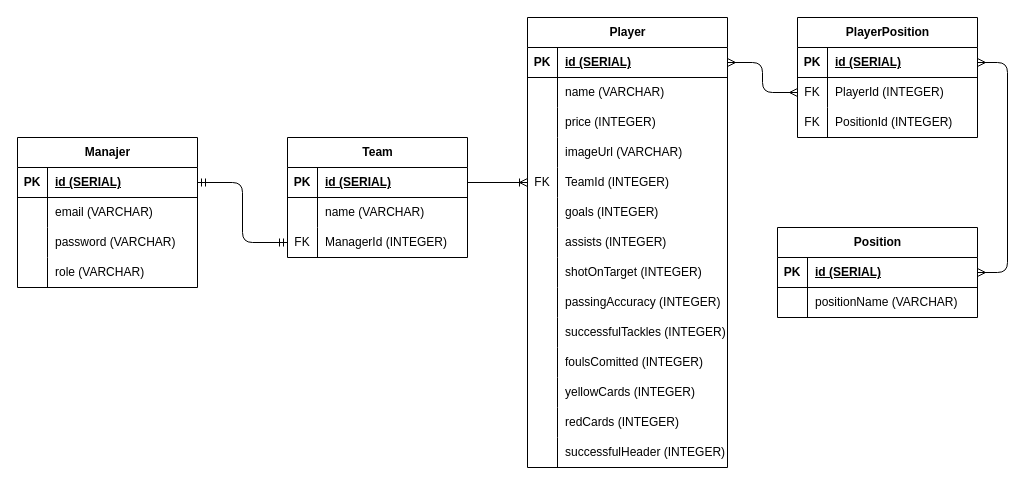
Above: schemas/schema.drawio in fuadfzy/TransferPro (draw.io), before the change. Source tidied: cells renumbered, new cells numbered last; positions are measured from the earlier drawing's top-left corner, leaving out a move shared by most shapes. Both pictures are drawn from the tidied source at 100%, with x=0, y=0 at pixel (17, 17).
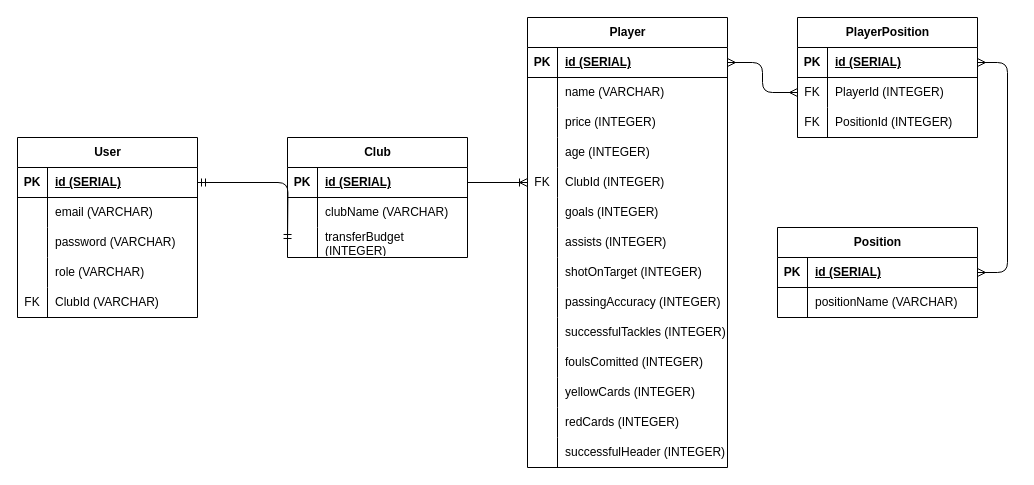
Above is the later version.

Unchanged cells that the change refers to:
```xml
<mxCell id="3" style="shape=tableRow;horizontal=0;startSize=0;swimlaneHead=0;swimlaneBody=0;fillColor=none;points=[[0,0.5],[1,0.5]];portConstraint=eastwest;top=0;left=0;right=0;bottom=1;" parent="2" vertex="1">
  <mxGeometry y="30" width="180" height="30" as="geometry" />
</mxCell>
<mxCell id="19" style="shape=tableRow;horizontal=0;startSize=0;swimlaneHead=0;swimlaneBody=0;fillColor=none;top=0;left=0;right=0;bottom=0;" parent="15" vertex="1">
  <mxGeometry y="60" width="180" height="30" as="geometry" />
</mxCell>
<mxCell id="22" style="shape=tableRow;horizontal=0;startSize=0;swimlaneHead=0;swimlaneBody=0;fillColor=none;points=[[0,0.5],[1,0.5]];portConstraint=eastwest;top=0;left=0;right=0;bottom=0;" parent="15" vertex="1">
  <mxGeometry y="90" width="180" height="30" as="geometry" />
</mxCell>
<mxCell id="35" style="shape=tableRow;horizontal=0;startSize=0;swimlaneHead=0;swimlaneBody=0;fillColor=none;top=0;left=0;right=0;bottom=0;" parent="25" vertex="1">
  <mxGeometry y="120" width="200" height="30" as="geometry" />
</mxCell>
<mxCell id="38" style="shape=tableRow;horizontal=0;startSize=0;swimlaneHead=0;swimlaneBody=0;fillColor=none;points=[[0,0.5],[1,0.5]];portConstraint=eastwest;top=0;left=0;right=0;bottom=0;" parent="25" vertex="1">
  <mxGeometry y="150" width="200" height="30" as="geometry" />
</mxCell>
```

Diff of the diagram source:
```diff
@@
-    <mxCell id="2" value="Manajer" style="shape=table;startSize=30;childLayout=tableLayout;rowLines=0;fontStyle=1;align=center;html=1;" parent="1" vertex="1">
-      <mxGeometry y="120" width="180" height="150" as="geometry" />
+    <mxCell id="2" value="User" style="shape=table;startSize=30;childLayout=tableLayout;rowLines=0;fontStyle=1;align=center;html=1;" parent="1" vertex="1">
+      <mxGeometry y="120" width="180" height="180" as="geometry" />
     </mxCell>
@@
+    <mxCell id="89" style="shape=tableRow;horizontal=0;startSize=0;swimlaneHead=0;swimlaneBody=0;fillColor=none;top=0;left=0;right=0;bottom=0;" parent="2" vertex="1">
+      <mxGeometry y="150" width="180" height="30" as="geometry" />
+    </mxCell>
+    <mxCell id="23" value="FK" style="shape=partialRectangle;fillColor=none;top=0;left=0;bottom=0;right=0;overflow=hidden;whiteSpace=wrap;html=1;" parent="89" vertex="1">
+      <mxGeometry width="30" height="30" as="geometry" />
+    </mxCell>
+    <mxCell id="90" value="ClubId (VARCHAR)" style="shape=partialRectangle;fillColor=none;top=0;left=0;bottom=0;right=0;align=left;spacingLeft=6;overflow=hidden;whiteSpace=wrap;html=1;" parent="89" vertex="1">
+      <mxGeometry x="30" width="150" height="30" as="geometry" />
+    </mxCell>
-    <mxCell id="15" value="Team" style="shape=table;startSize=30;childLayout=tableLayout;rowLines=0;fontStyle=1;align=center;html=1;" parent="1" vertex="1">
+    <mxCell id="15" value="Club" style="shape=table;startSize=30;childLayout=tableLayout;rowLines=0;fontStyle=1;align=center;html=1;" parent="1" vertex="1">
       <mxGeometry x="270" y="120" width="180" height="120" as="geometry" />
     </mxCell>
@@
-    <mxCell id="21" value="name (VARCHAR)" style="shape=partialRectangle;fillColor=none;top=0;left=0;bottom=0;right=0;align=left;spacingLeft=6;overflow=hidden;whiteSpace=wrap;html=1;" parent="19" vertex="1">
+    <mxCell id="21" value="clubName (VARCHAR)" style="shape=partialRectangle;fillColor=none;top=0;left=0;bottom=0;right=0;align=left;spacingLeft=6;overflow=hidden;whiteSpace=wrap;html=1;" parent="19" vertex="1">
       <mxGeometry x="30" width="150" height="30" as="geometry" />
     </mxCell>
@@
-    <mxCell id="23" value="FK" style="shape=partialRectangle;fillColor=none;top=0;left=0;bottom=0;right=0;overflow=hidden;whiteSpace=wrap;html=1;" parent="22" vertex="1">
-      <mxGeometry width="30" height="30" as="geometry" />
-    </mxCell>
-    <mxCell id="24" value="ManagerId (INTEGER)" style="shape=partialRectangle;fillColor=none;top=0;left=0;bottom=0;right=0;align=left;spacingLeft=6;overflow=hidden;whiteSpace=wrap;html=1;" parent="22" vertex="1">
-      <mxGeometry x="30" width="150" height="30" as="geometry" />
-    </mxCell>
+    <mxCell id="91" style="shape=partialRectangle;fillColor=none;top=0;left=0;bottom=0;right=0;overflow=hidden;whiteSpace=wrap;html=1;" parent="22" vertex="1">
+      <mxGeometry width="30" height="30" as="geometry" />
+    </mxCell>
+    <mxCell id="92" value="transferBudget (INTEGER)" style="shape=partialRectangle;fillColor=none;top=0;left=0;bottom=0;right=0;align=left;spacingLeft=6;overflow=hidden;whiteSpace=wrap;html=1;" parent="22" vertex="1">
+      <mxGeometry x="30" width="150" height="30" as="geometry" />
+    </mxCell>
@@
-    <mxCell id="37" value="imageUrl (VARCHAR)" style="shape=partialRectangle;fillColor=none;top=0;left=0;bottom=0;right=0;align=left;spacingLeft=6;overflow=hidden;whiteSpace=wrap;html=1;" parent="35" vertex="1">
+    <mxCell id="37" value="age (INTEGER)" style="shape=partialRectangle;fillColor=none;top=0;left=0;bottom=0;right=0;align=left;spacingLeft=6;overflow=hidden;whiteSpace=wrap;html=1;" parent="35" vertex="1">
       <mxGeometry x="30" width="170" height="30" as="geometry" />
     </mxCell>
@@
-    <mxCell id="40" value="TeamId (INTEGER)" style="shape=partialRectangle;fillColor=none;top=0;left=0;bottom=0;right=0;align=left;spacingLeft=6;overflow=hidden;whiteSpace=wrap;html=1;" parent="38" vertex="1">
+    <mxCell id="40" value="ClubId (INTEGER)" style="shape=partialRectangle;fillColor=none;top=0;left=0;bottom=0;right=0;align=left;spacingLeft=6;overflow=hidden;whiteSpace=wrap;html=1;" parent="38" vertex="1">
       <mxGeometry x="30" width="170" height="30" as="geometry" />
     </mxCell>
@@
-    <mxCell id="68" style="edgeStyle=orthogonalEdgeStyle;fontSize=12;html=1;endArrow=ERmandOne;startArrow=ERmandOne;exitX=1;exitY=0.5;exitDx=0;exitDy=0;entryX=0;entryY=0.5;entryDx=0;entryDy=0;" parent="1" edge="1" source="3" target="22">
-      <mxGeometry relative="1" as="geometry" />
+    <mxCell id="68" style="edgeStyle=orthogonalEdgeStyle;fontSize=12;html=1;endArrow=ERmandOne;startArrow=ERmandOne;exitX=1;exitY=0.5;exitDx=0;exitDy=0;entryX=0;entryY=0.5;entryDx=0;entryDy=0;" parent="1" edge="1" source="3">
+      <mxGeometry relative="1" as="geometry">
+        <mxPoint x="270" y="225" as="targetPoint" />
+      </mxGeometry>
     </mxCell>
```
